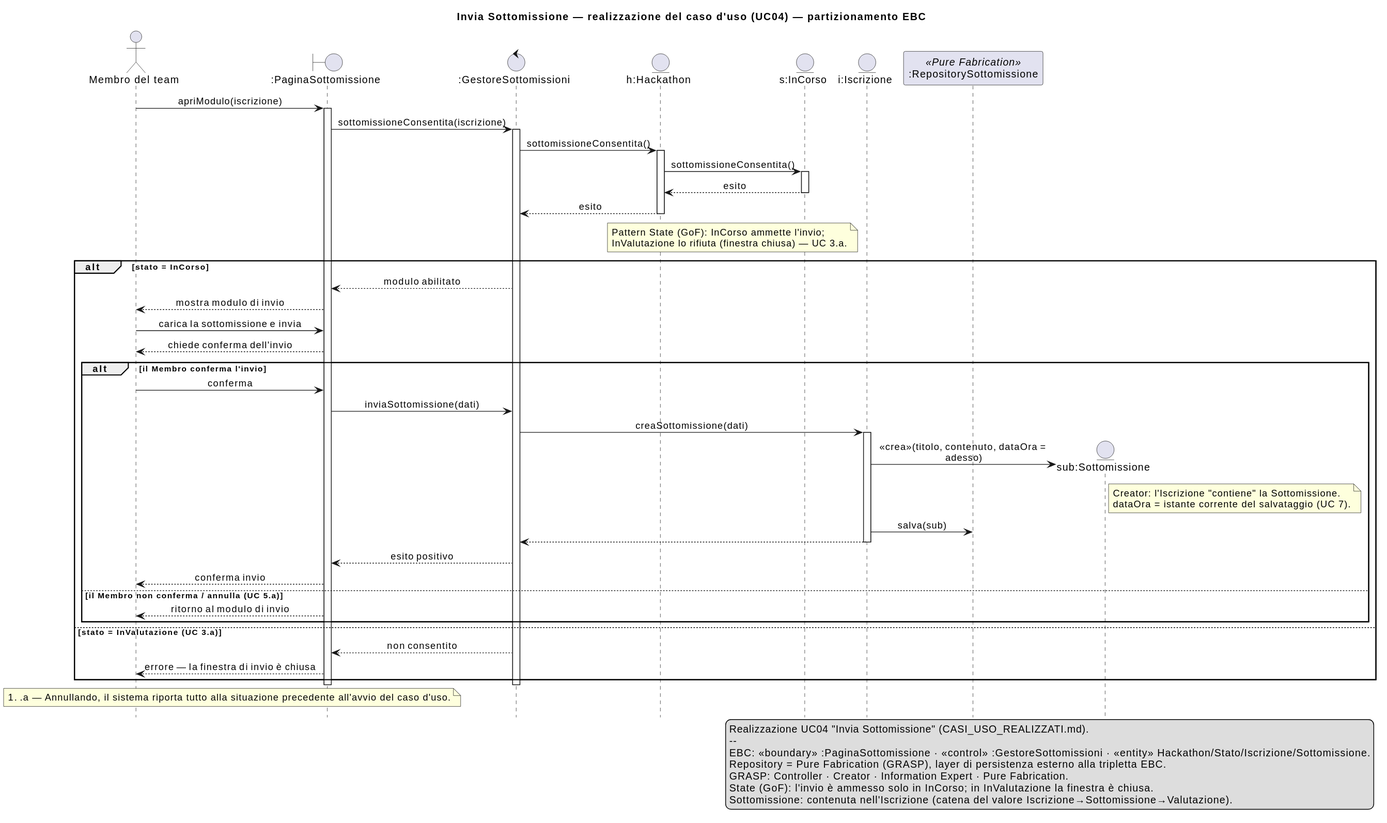
Earlier version of the PlantUML export iterazione1/diagrammiSequenza/inviaSottomissione/SEQ_InviaSottomissione.svg (rizzutomatteo/HackHub-Appoggio).
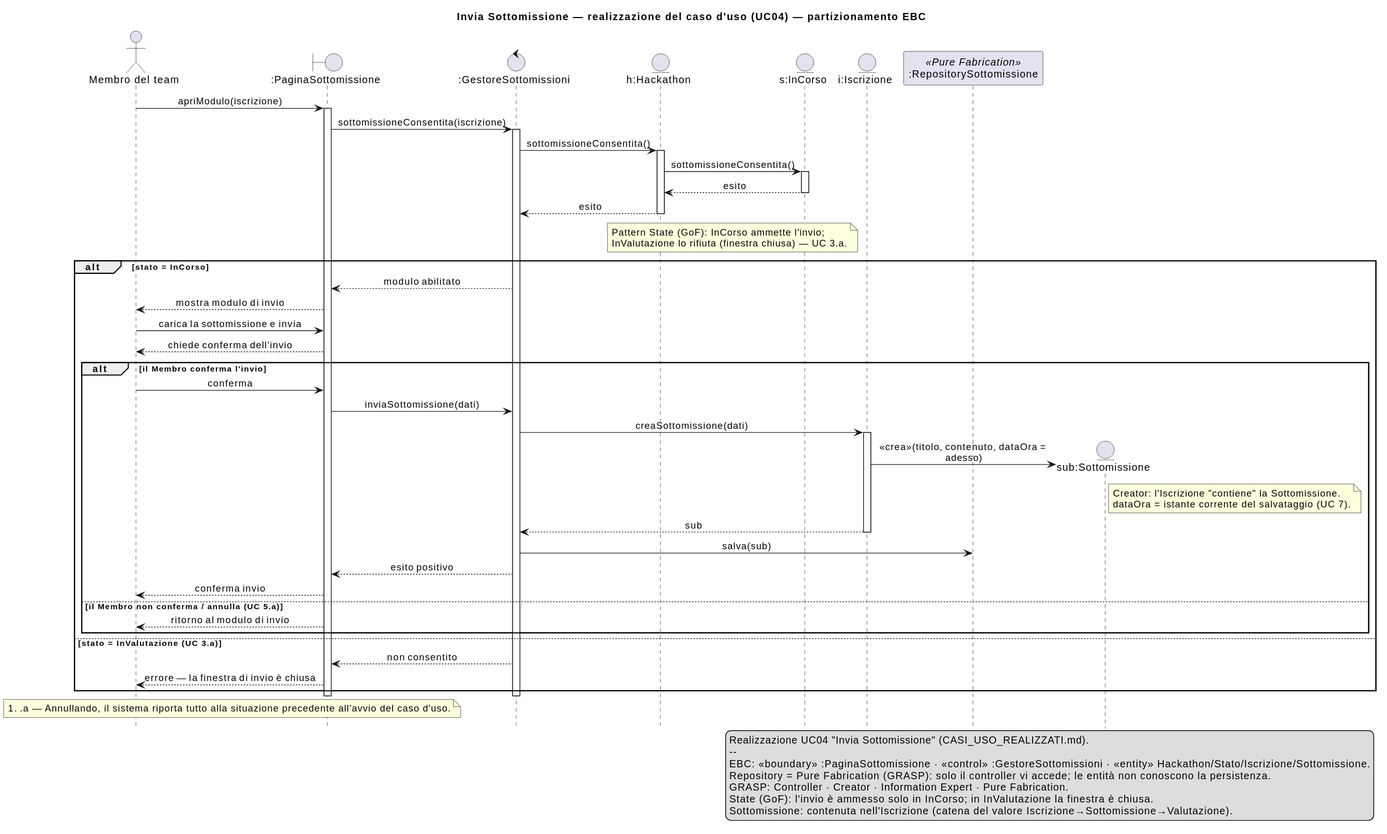
After the commit.

Commit message:
Corregge l'applicazione dei principi GRASP nei diagrammi di sequenza EBC

What changed in the source:
```diff
@@ -47,9 +47,9 @@
           Creator: l'Iscrizione "contiene" la Sottomissione.
           dataOra = istante corrente del salvataggio (UC 7).
         end note
-        I -> RS : salva(sub)
-        I --> GS
+        I --> GS : sub
         deactivate I
+        GS -> RS : salva(sub)
         GS --> B : esito positivo
         B --> Mem : conferma invio
     else il Membro non conferma / annulla (UC 5.a)
@@ -70,7 +70,7 @@
   Realizzazione UC04 "Invia Sottomissione" (CASI_USO_REALIZZATI.md).
   --
   EBC: «boundary» :PaginaSottomissione · «control» :GestoreSottomissioni · «entity» Hackathon/Stato/Iscrizione/Sottomissione.
-  Repository = Pure Fabrication (GRASP), layer di persistenza esterno alla tripletta EBC.
+  Repository = Pure Fabrication (GRASP): solo il controller vi accede; le entità non conoscono la persistenza.
   GRASP: Controller · Creator · Information Expert · Pure Fabrication.
   State (GoF): l'invio è ammesso solo in InCorso; in InValutazione la finestra è chiusa.
   Sottomissione: contenuta nell'Iscrizione (catena del valore Iscrizione→Sottomissione→Valutazione).
```
